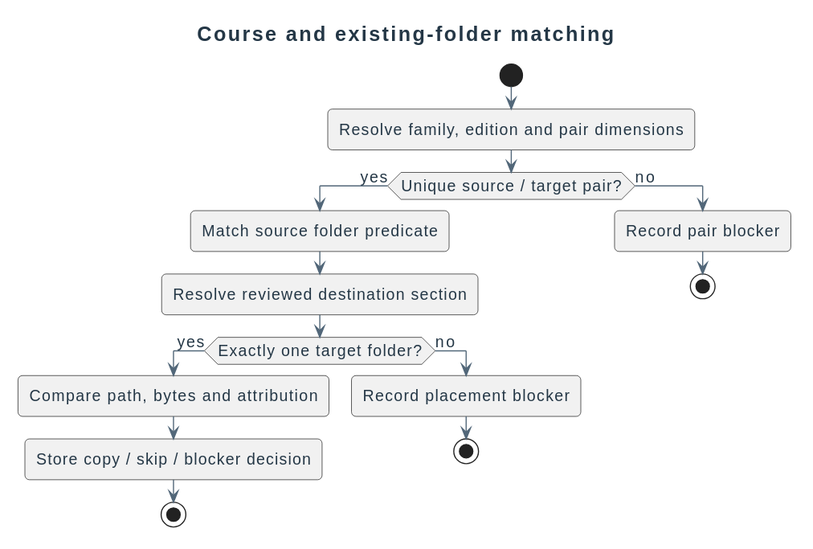
Earlier version of the PlantUML export docs/diagrams/behavior/processes/course-and-placement-matching.svg (didactika/moodle-local_coursefiles). Its diagram source:
```plantuml
@startuml
!include ../../_style.puml
title Course and existing-folder matching
start
:Resolve family, edition and pair dimensions;
if (Unique source / target pair?) then (yes)
  :Match source folder predicate;
  :Resolve reviewed destination section;
  if (Exactly one target folder?) then (yes)
    :Compare path, bytes and attribution;
    :Store copy / skip / blocker decision;
    stop
  else (no)
    :Record placement blocker;
    stop
  endif
else (no)
  :Record pair blocker;
  stop
endif
@enduml
```
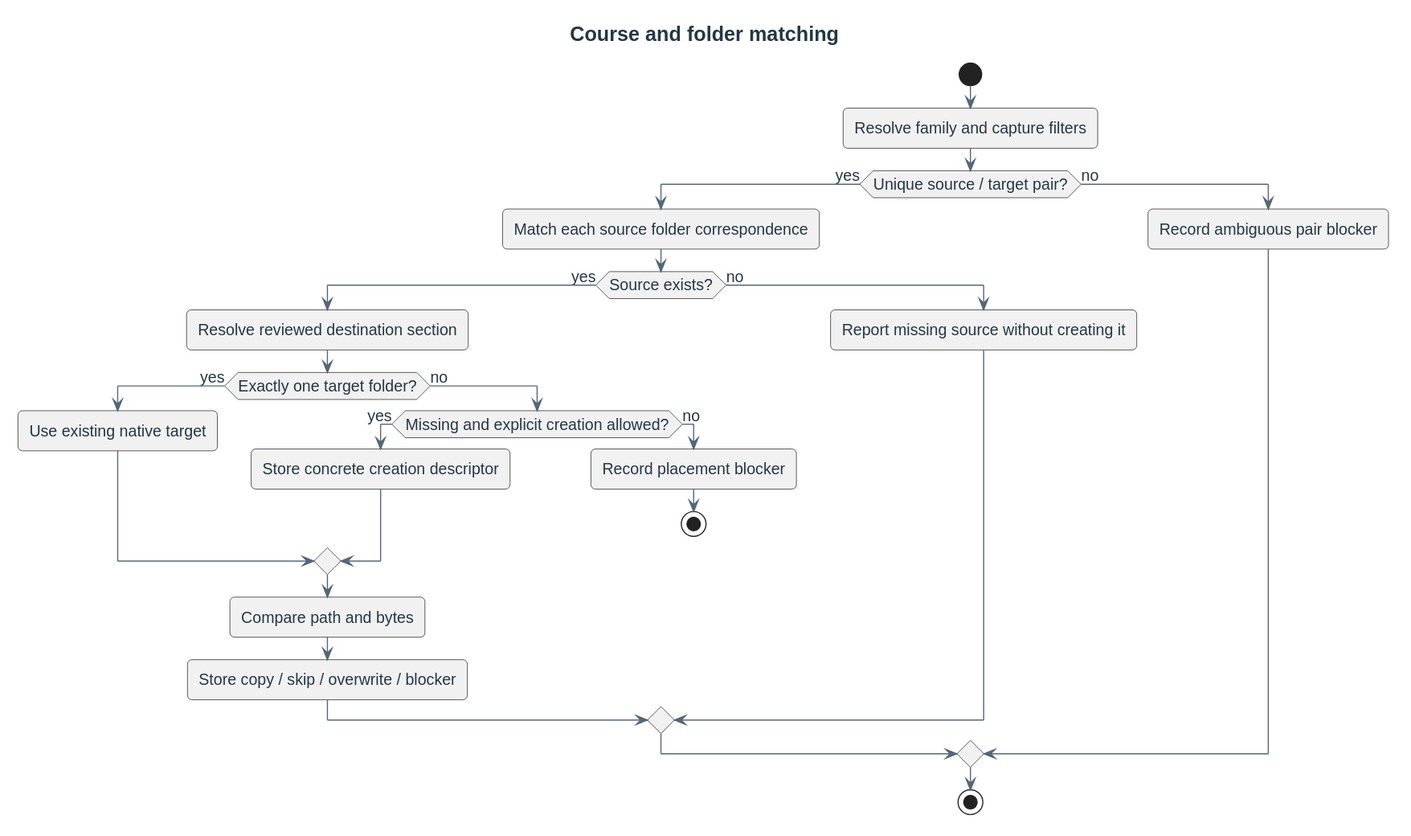
Above is the later version.

What changed in the source:
```diff
@@ -1,21 +1,29 @@
 @startuml
 !include ../../_style.puml
-title Course and existing-folder matching
+title Course and folder matching
 start
-:Resolve family, edition and pair dimensions;
+:Resolve family and capture filters;
 if (Unique source / target pair?) then (yes)
-  :Match source folder predicate;
-  :Resolve reviewed destination section;
-  if (Exactly one target folder?) then (yes)
-    :Compare path, bytes and attribution;
-    :Store copy / skip / blocker decision;
-    stop
+  :Match each source folder correspondence;
+  if (Source exists?) then (yes)
+    :Resolve reviewed destination section;
+    if (Exactly one target folder?) then (yes)
+      :Use existing native target;
+    else (no)
+      if (Missing and explicit creation allowed?) then (yes)
+        :Store concrete creation descriptor;
+      else (no)
+        :Record placement blocker;
+        stop
+      endif
+    endif
+    :Compare path and bytes;
+    :Store copy / skip / overwrite / blocker;
   else (no)
-    :Record placement blocker;
-    stop
+    :Report missing source without creating it;
   endif
 else (no)
-  :Record pair blocker;
-  stop
+  :Record ambiguous pair blocker;
 endif
+stop
 @enduml
```
